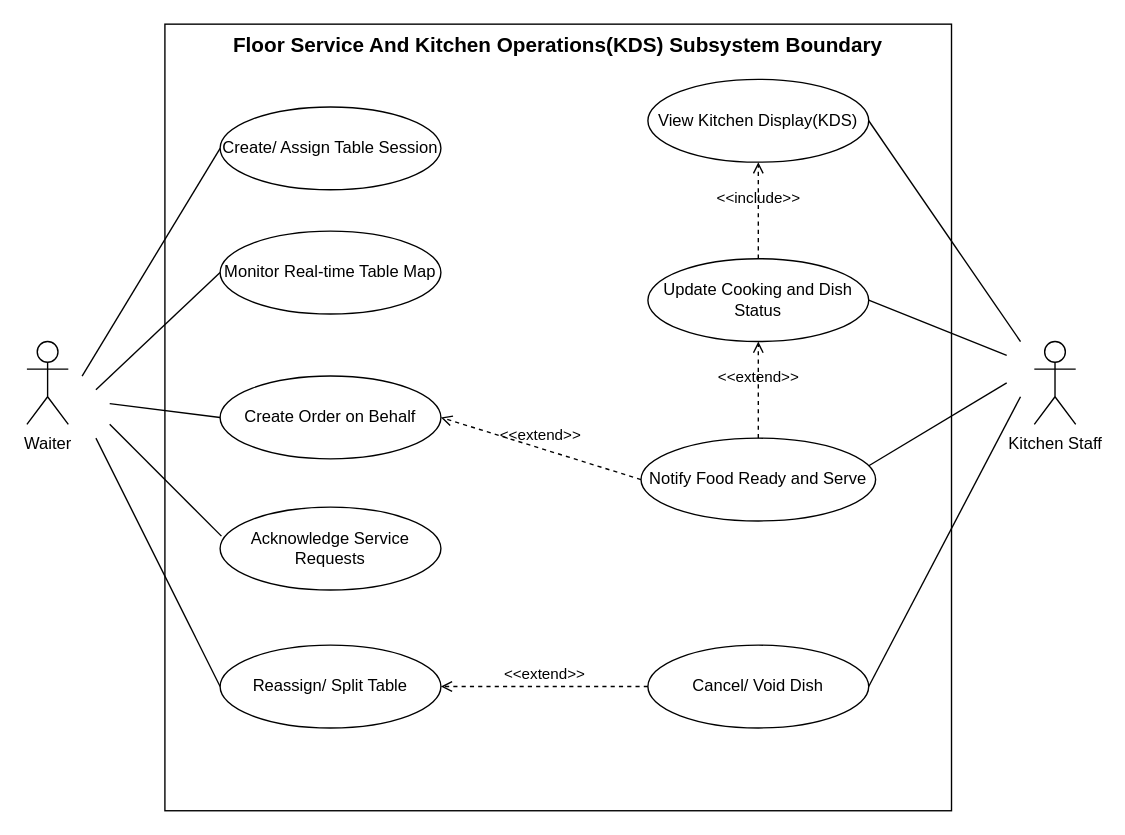
GROUP6-ROMS/Restaurant-Ordering-Management-System-ROMS keeps this draw.io diagram as drawio/FloorService.drawio. Above is the earlier version. Source tidied: cells renumbered, new cells numbered last; positions are measured from the earlier drawing's top-left corner, leaving out a move shared by most shapes. Both pictures are drawn from the tidied source at 138%, with x=0, y=0 at pixel (26, 23).
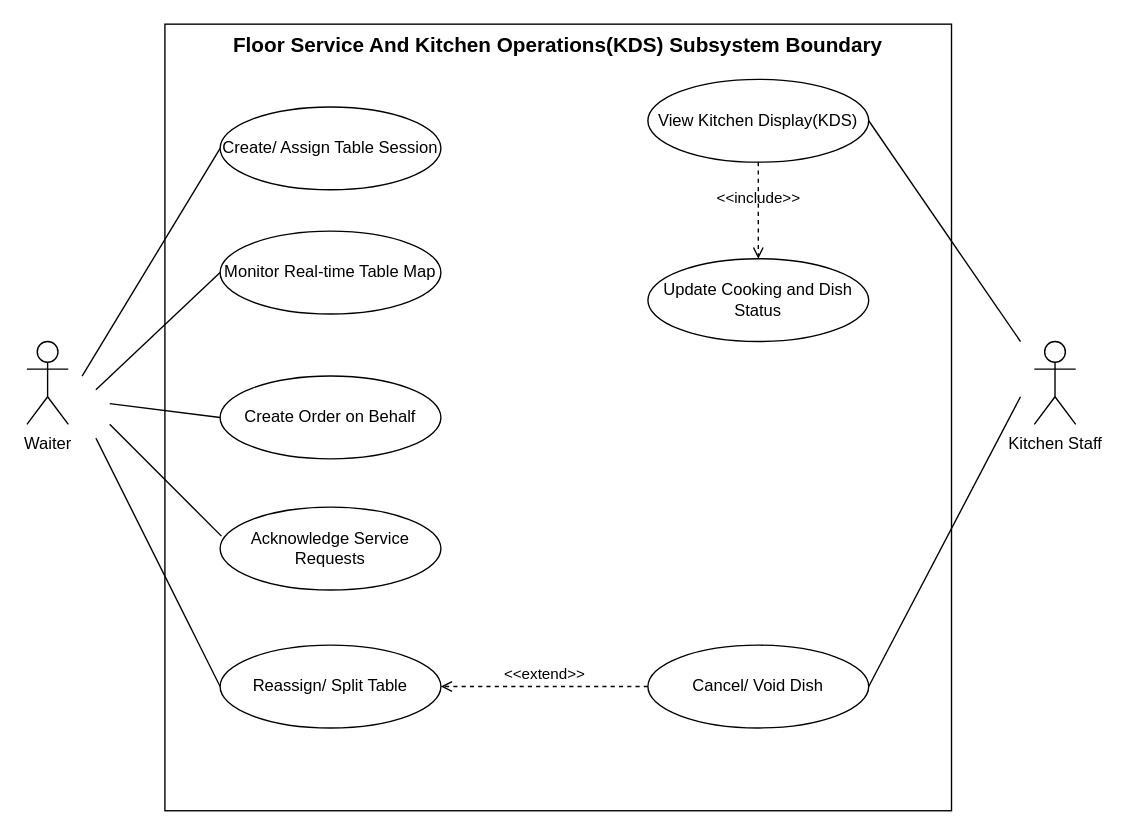
Above is the later version.

The change refers to these unchanged cells:
```xml
<mxCell id="8" value="Create Order on Behalf" style="ellipse;whiteSpace=wrap;html=1;" parent="1" vertex="1">
  <mxGeometry x="140" y="255" width="160" height="60" as="geometry" />
</mxCell>
<mxCell id="11" value="View Kitchen Display(KDS)" style="ellipse;whiteSpace=wrap;html=1;" parent="1" vertex="1">
  <mxGeometry x="450" y="40" width="160" height="60" as="geometry" />
</mxCell>
<mxCell id="12" value="Update Cooking and Dish Status" style="ellipse;whiteSpace=wrap;html=1;" parent="1" vertex="1">
  <mxGeometry x="450" y="170" width="160" height="60" as="geometry" />
</mxCell>
```

Diff of the diagram source:
```diff
@@
-    <mxCell id="13" value="Notify Food Ready and Serve" style="ellipse;whiteSpace=wrap;html=1;" parent="1" vertex="1">
-      <mxGeometry x="445" y="300" width="170" height="60" as="geometry" />
-    </mxCell>
@@
-    <mxCell id="15" value="&amp;lt;&amp;lt;extend&amp;gt;&amp;gt;" style="html=1;verticalAlign=bottom;labelBackgroundColor=none;endArrow=open;endFill=0;dashed=1;rounded=0;entryX=1;entryY=0.5;entryDx=0;entryDy=0;exitX=0;exitY=0.5;exitDx=0;exitDy=0;" parent="1" edge="1" source="13" target="8">
-      <mxGeometry relative="1" as="geometry" />
-    </mxCell>
@@
-    <mxCell id="17" value="&amp;lt;&amp;lt;extend&amp;gt;&amp;gt;" style="html=1;verticalAlign=bottom;labelBackgroundColor=none;endArrow=open;endFill=0;dashed=1;rounded=0;entryX=0.5;entryY=1;entryDx=0;entryDy=0;" parent="1" edge="1" source="13" target="12">
-      <mxGeometry relative="1" as="geometry" />
-    </mxCell>
-    <mxCell id="18" value="&amp;lt;&amp;lt;include&amp;gt;&amp;gt;" style="html=1;verticalAlign=bottom;labelBackgroundColor=none;endArrow=open;endFill=0;dashed=1;rounded=0;entryX=0.5;entryY=1;entryDx=0;entryDy=0;exitX=0.5;exitY=0;exitDx=0;exitDy=0;" parent="1" edge="1" source="12" target="11">
+    <mxCell id="18" value="&amp;lt;&amp;lt;include&amp;gt;&amp;gt;" style="html=1;verticalAlign=bottom;labelBackgroundColor=none;endArrow=open;endFill=0;dashed=1;rounded=0;exitX=0.5;exitY=1;exitDx=0;exitDy=0;entryX=0.5;entryY=0;entryDx=0;entryDy=0;" parent="1" edge="1" source="11" target="12">
       <mxGeometry relative="1" as="geometry" />
     </mxCell>
@@
-    <mxCell id="25" style="endArrow=none;html=1;rounded=0;exitX=1;exitY=0.5;exitDx=0;exitDy=0;" parent="1" edge="1" source="12">
-      <mxGeometry relative="1" as="geometry">
-        <mxPoint x="710" y="240" as="targetPoint" />
-      </mxGeometry>
-    </mxCell>
-    <mxCell id="26" style="endArrow=none;html=1;rounded=0;exitX=0.971;exitY=0.333;exitDx=0;exitDy=0;exitPerimeter=0;" parent="1" edge="1" source="13">
-      <mxGeometry relative="1" as="geometry">
-        <mxPoint x="710" y="260" as="targetPoint" />
-      </mxGeometry>
-    </mxCell>
```
